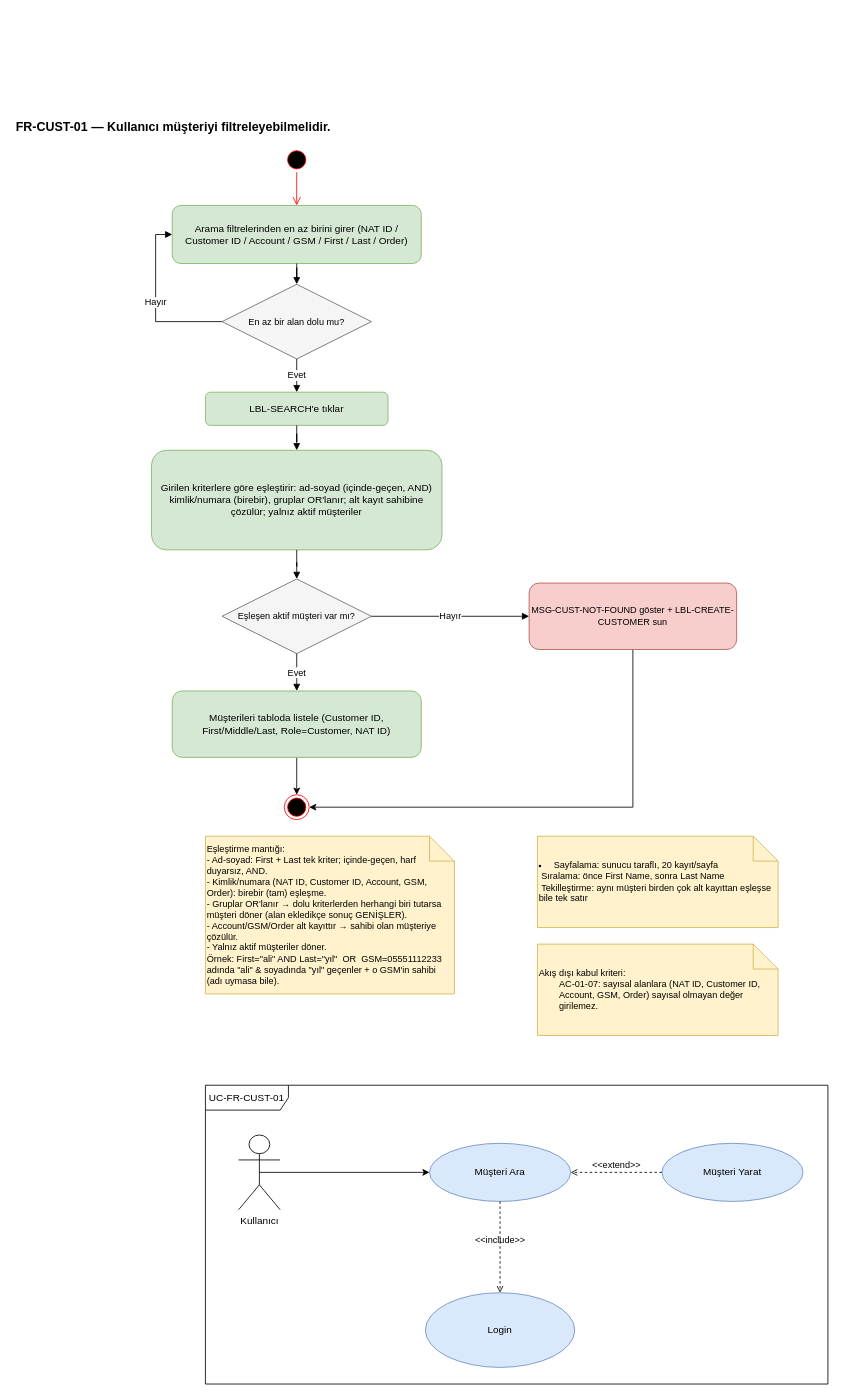
Before: page "FR-CUST-01 Müşteri Arama" (3 of 24) of docs/source/diagrams/CRMLite_Diagrams_Final.drawio in CRM-LITE-SKUNK-WORKS/crm-lite-project, a draw.io diagram. Source tidied: cells renumbered, new cells numbered last; positions are measured from the earlier drawing's top-left corner, leaving out a move shared by most shapes. Both pictures are drawn from the tidied source at 83%, with x=0, y=0 at pixel (14, 114).
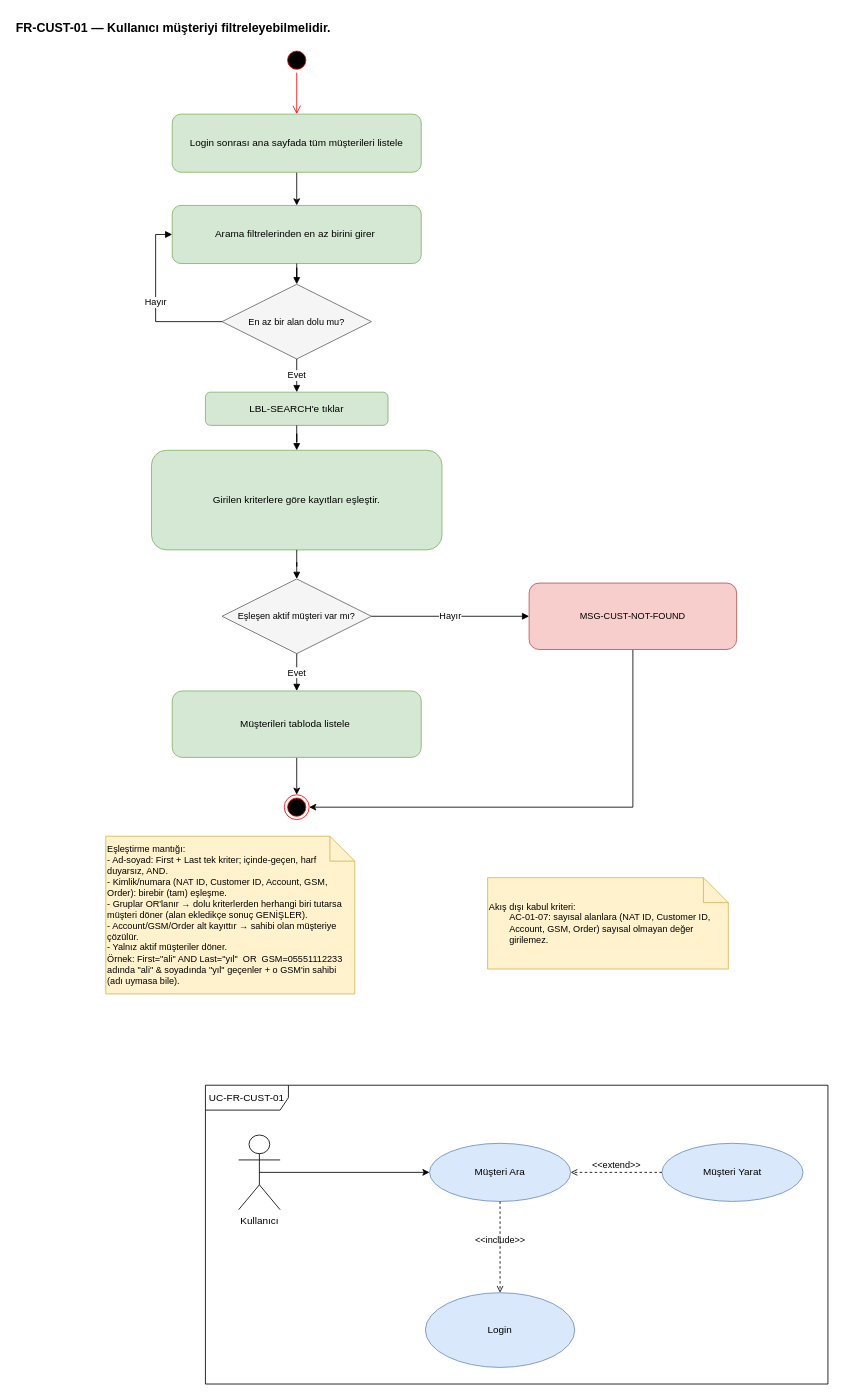
After the change.

The edit, as a diff of the source:
```diff
@@
     <mxCell id="2" value="FR-CUST-01 — Kullanıcı müşteriyi filtreleyebilmelidir." style="text;html=1;strokeColor=none;fillColor=none;align=left;verticalAlign=middle;fontStyle=1;fontSize=15;" parent="1" vertex="1">
-      <mxGeometry width="760" height="30" as="geometry" />
+      <mxGeometry y="-120" width="760" height="30" as="geometry" />
     </mxCell>
-    <mxCell id="3" value="Arama filtrelerinden en az birini girer (NAT ID / Customer ID / Account / GSM / First / Last / Order)" style="rounded=1;whiteSpace=wrap;html=1;fillColor=#d5e8d4;strokeColor=#82b366;fontSize=12;" parent="1" vertex="1">
+    <mxCell id="3" value="Arama filtrelerinden en az birini girer&amp;nbsp;" style="rounded=1;whiteSpace=wrap;html=1;fillColor=#d5e8d4;strokeColor=#82b366;fontSize=12;" parent="1" vertex="1">
       <mxGeometry x="190" y="110" width="300" height="70" as="geometry" />
     </mxCell>
@@
-    <mxCell id="6" value="Girilen kriterlere göre eşleştirir: ad-soyad (içinde-geçen, AND) kimlik/numara (birebir), gruplar OR'lanır; alt kayıt sahibine çözülür; yalnız aktif müşteriler" style="rounded=1;whiteSpace=wrap;html=1;fillColor=#d5e8d4;strokeColor=#82b366;fontSize=12;" parent="1" vertex="1">
+    <mxCell id="6" value="Girilen kriterlere göre kayıtları eşleştir." style="rounded=1;whiteSpace=wrap;html=1;fillColor=#d5e8d4;strokeColor=#82b366;fontSize=12;" parent="1" vertex="1">
       <mxGeometry x="165" y="405" width="350" height="120" as="geometry" />
     </mxCell>
@@
-    <mxCell id="9" value="MSG-CUST-NOT-FOUND göster + LBL-CREATE-CUSTOMER sun" style="rounded=1;whiteSpace=wrap;html=1;fillColor=#f8cecc;strokeColor=#b85450;fontSize=11;" parent="1" vertex="1">
+    <mxCell id="9" value="MSG-CUST-NOT-FOUND" style="rounded=1;whiteSpace=wrap;html=1;fillColor=#f8cecc;strokeColor=#b85450;fontSize=11;" parent="1" vertex="1">
       <mxGeometry x="620" y="565" width="250" height="80" as="geometry" />
     </mxCell>
@@
-    <mxCell id="11" value="Müşterileri tabloda listele (Customer ID, First/Middle/Last, Role=Customer, NAT ID)" style="rounded=1;whiteSpace=wrap;html=1;fillColor=#d5e8d4;strokeColor=#82b366;fontSize=12;" parent="1" vertex="1">
+    <mxCell id="11" value="Müşterileri tabloda listele&amp;nbsp;" style="rounded=1;whiteSpace=wrap;html=1;fillColor=#d5e8d4;strokeColor=#82b366;fontSize=12;" parent="1" vertex="1">
       <mxGeometry x="190" y="695" width="300" height="80" as="geometry" />
     </mxCell>
-    <mxCell id="12" value="&lt;li class=&quot;font-claude-response-body whitespace-normal break-words pl-2&quot;&gt;&amp;nbsp;Sayfalama: sunucu taraflı, 20 kayıt/sayfa&lt;br&gt;&amp;nbsp;Sıralama: önce First Name, sonra Last Name&lt;br&gt;&amp;nbsp;Tekilleştirme: aynı müşteri birden çok alt kayıttan eşleşse bile tek satır&lt;/li&gt;" style="shape=note;whiteSpace=wrap;html=1;fillColor=#fff2cc;strokeColor=#d6b656;align=left;fontSize=11;" parent="1" vertex="1">
-      <mxGeometry x="630" y="870" width="290" height="110" as="geometry" />
-    </mxCell>
@@
     <mxCell id="20" value="Akış dışı kabul kriteri: &lt;br&gt;&lt;span style=&quot;white-space: pre;&quot;&gt;&#9;&lt;/span&gt;AC-01-07: sayısal alanlara (NAT ID, Customer ID, &lt;span style=&quot;white-space: pre;&quot;&gt;&#9;&lt;/span&gt;Account, GSM, Order) sayısal olmayan değer &lt;span style=&quot;white-space: pre;&quot;&gt;&#9;&lt;/span&gt;girilemez." style="shape=note;whiteSpace=wrap;html=1;fillColor=#fff2cc;strokeColor=#d6b656;align=left;fontSize=11;" parent="1" vertex="1">
-      <mxGeometry x="630" y="1000" width="290" height="110" as="geometry" />
+      <mxGeometry x="570" y="920" width="290" height="110" as="geometry" />
     </mxCell>
@@
     <mxCell id="22" style="ellipse;html=1;shape=startState;fillColor=#000000;strokeColor=#ff0000;" parent="1" vertex="1">
-      <mxGeometry x="325" y="40" width="30" height="30" as="geometry" />
+      <mxGeometry x="325" y="-80" width="30" height="30" as="geometry" />
     </mxCell>
-    <mxCell id="23" style="edgeStyle=orthogonalEdgeStyle;html=1;verticalAlign=bottom;endArrow=open;endSize=8;strokeColor=#ff0000;rounded=0;entryX=0.5;entryY=0;entryDx=0;entryDy=0;" parent="1" edge="1" source="22" target="3">
+    <mxCell id="23" style="edgeStyle=orthogonalEdgeStyle;html=1;verticalAlign=bottom;endArrow=open;endSize=8;strokeColor=#ff0000;rounded=0;entryX=0.5;entryY=0;entryDx=0;entryDy=0;" parent="1" edge="1" source="22" target="34">
       <mxGeometry relative="1" as="geometry" />
     </mxCell>
     <mxCell id="24" value="&lt;div&gt;Eşleştirme mantığı:&lt;/div&gt;&lt;div&gt;- Ad-soyad: First + Last tek kriter; içinde-geçen, harf duyarsız, AND.&lt;/div&gt;&lt;div&gt;- Kimlik/numara (NAT ID, Customer ID, Account, GSM, Order): birebir (tam) eşleşme.&lt;/div&gt;&lt;div&gt;- Gruplar OR'lanır → dolu kriterlerden herhangi biri tutarsa müşteri döner (alan ekledikçe sonuç GENİŞLER).&lt;/div&gt;&lt;div&gt;- Account/GSM/Order alt kayıttır → sahibi olan müşteriye çözülür.&lt;/div&gt;&lt;div&gt;- Yalnız aktif müşteriler döner.&lt;/div&gt;&lt;div&gt;Örnek: First=&quot;ali&quot; AND Last=&quot;yıl&quot;&amp;nbsp; OR&amp;nbsp; GSM=05551112233&lt;/div&gt;&lt;div&gt;adında &quot;ali&quot; &amp;amp; soyadında &quot;yıl&quot; geçenler + o GSM'in sahibi (adı uymasa bile).&lt;/div&gt;" style="shape=note;whiteSpace=wrap;html=1;fillColor=#fff2cc;strokeColor=#d6b656;align=left;fontSize=11;" parent="1" vertex="1">
-      <mxGeometry x="230" y="870" width="300" height="190" as="geometry" />
+      <mxGeometry x="110" y="870" width="300" height="190" as="geometry" />
     </mxCell>
@@
+    <mxCell id="33" style="edgeStyle=orthogonalEdgeStyle;rounded=0;jettySize=auto;html=1;exitX=0.5;exitY=1;exitDx=0;exitDy=0;entryX=0.5;entryY=0;entryDx=0;entryDy=0;" parent="1" edge="1" source="34" target="3">
+      <mxGeometry relative="1" as="geometry" />
+    </mxCell>
+    <mxCell id="34" value="Login sonrası ana sayfada tüm müşterileri listele" style="rounded=1;whiteSpace=wrap;html=1;fillColor=#d5e8d4;strokeColor=#82b366;fontSize=12;" parent="1" vertex="1">
+      <mxGeometry x="190" width="300" height="70" as="geometry" />
+    </mxCell>
```
